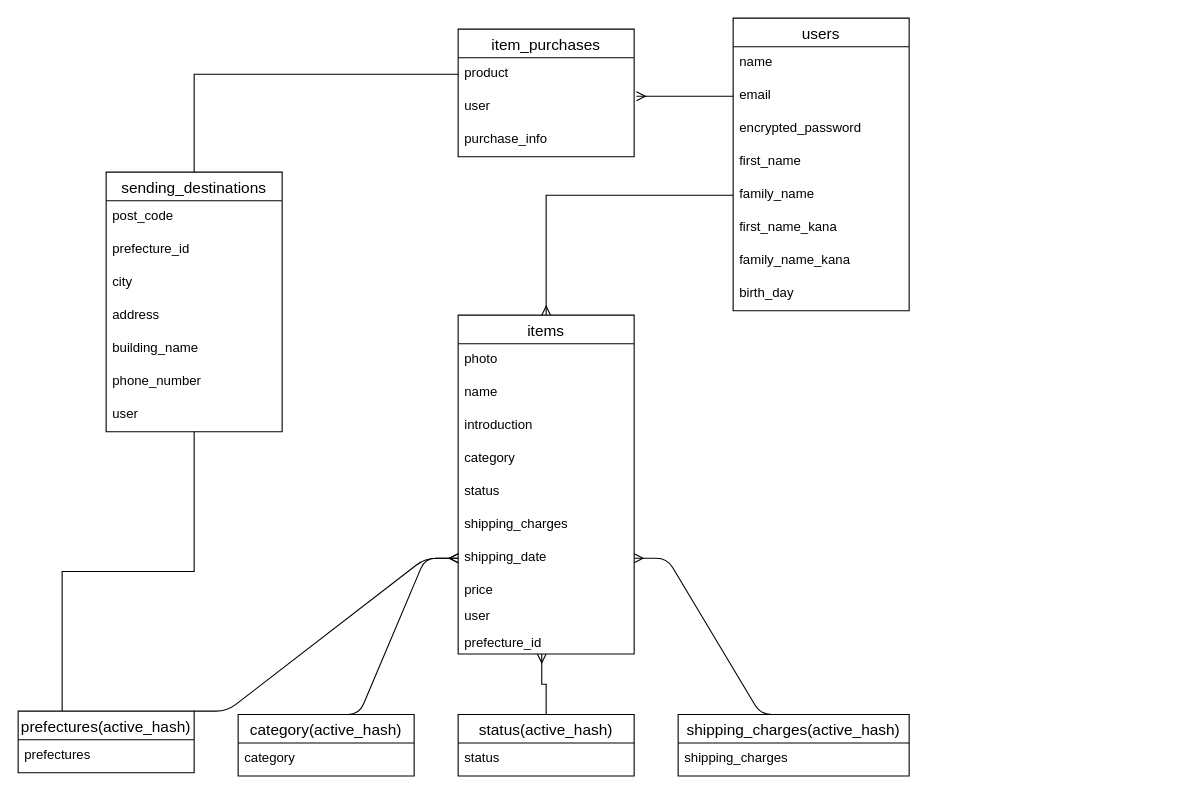
Earlier version of the draw.io diagram ER.dio (nitou0414/furima-29572). Source tidied: cells renumbered, new cells numbered last; positions are measured from the earlier drawing's top-left corner, leaving out a move shared by most shapes. Both pictures are drawn from the tidied source at 110%, with x=0, y=0 at pixel (18, 18).
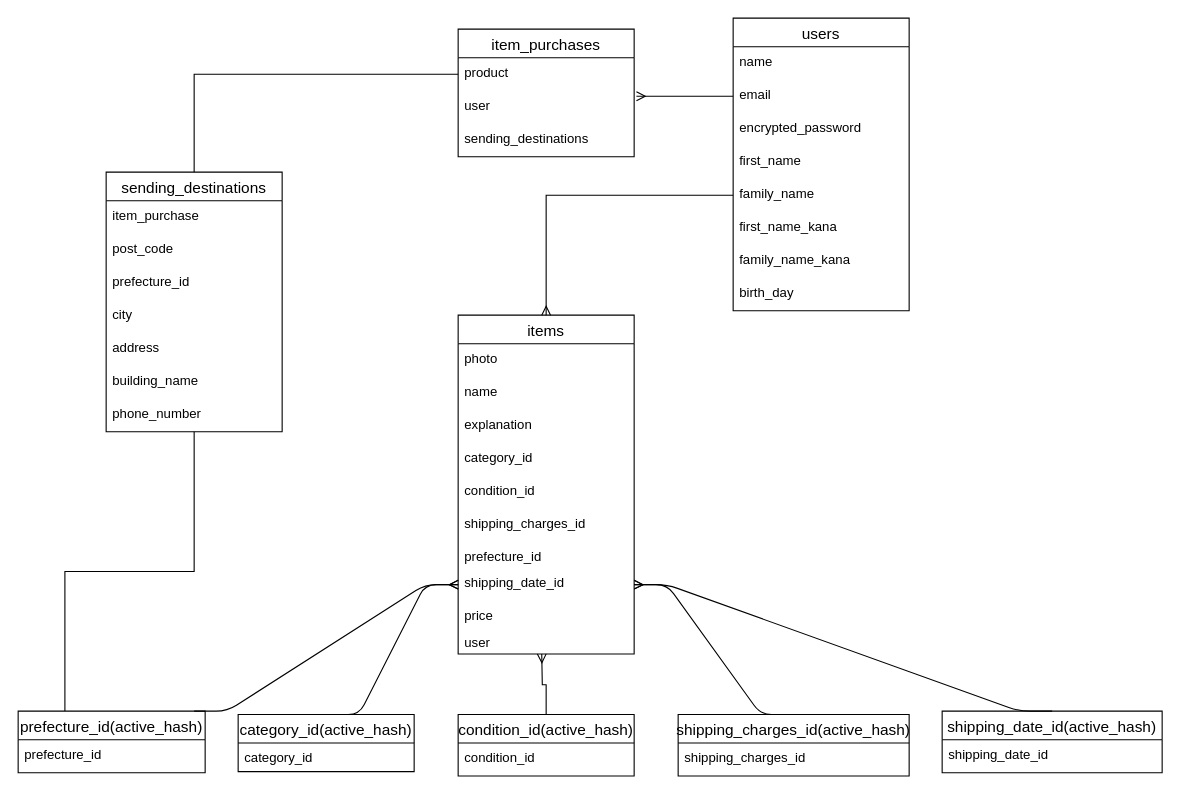
Above is the later version.

The change refers to these unchanged cells:
```xml
<mxCell id="11" value="items" style="swimlane;fontStyle=0;horizontal=1;startSize=26;align=center;fontSize=14;" parent="1" vertex="1">
  <mxGeometry x="400" y="270" width="160" height="308" as="geometry" />
</mxCell>
<mxCell id="23" value="sending_destinations" style="swimlane;fontStyle=0;horizontal=1;startSize=26;align=center;fontSize=14;" parent="1" vertex="1">
  <mxGeometry x="80" y="140" width="160" height="236" as="geometry" />
</mxCell>
<mxCell id="31" value="item_purchases" style="swimlane;fontStyle=0;horizontal=1;startSize=26;align=center;fontSize=14;" parent="1" vertex="1">
  <mxGeometry x="400" y="10" width="160" height="116" as="geometry" />
</mxCell>
```

Diff of the diagram source:
```diff
@@
-    <mxCell id="14" value="introduction" style="text;strokeColor=none;fillColor=none;spacingLeft=4;spacingRight=4;overflow=hidden;fontSize=12;" parent="11" vertex="1">
+    <mxCell id="14" value="explanation" style="text;strokeColor=none;fillColor=none;spacingLeft=4;spacingRight=4;overflow=hidden;fontSize=12;" parent="11" vertex="1">
       <mxGeometry y="86" width="160" height="30" as="geometry" />
     </mxCell>
-    <mxCell id="15" value="category" style="text;strokeColor=none;fillColor=none;spacingLeft=4;spacingRight=4;overflow=hidden;fontSize=12;" parent="11" vertex="1">
+    <mxCell id="15" value="category_id" style="text;strokeColor=none;fillColor=none;spacingLeft=4;spacingRight=4;overflow=hidden;fontSize=12;" parent="11" vertex="1">
       <mxGeometry y="116" width="160" height="30" as="geometry" />
     </mxCell>
-    <mxCell id="16" value="status" style="text;strokeColor=none;fillColor=none;spacingLeft=4;spacingRight=4;overflow=hidden;fontSize=12;" parent="11" vertex="1">
+    <mxCell id="16" value="condition_id" style="text;strokeColor=none;fillColor=none;spacingLeft=4;spacingRight=4;overflow=hidden;fontSize=12;" parent="11" vertex="1">
       <mxGeometry y="146" width="160" height="30" as="geometry" />
     </mxCell>
-    <mxCell id="17" value="shipping_charges" style="text;strokeColor=none;fillColor=none;spacingLeft=4;spacingRight=4;overflow=hidden;fontSize=12;" parent="11" vertex="1">
+    <mxCell id="17" value="shipping_charges_id" style="text;strokeColor=none;fillColor=none;spacingLeft=4;spacingRight=4;overflow=hidden;fontSize=12;" parent="11" vertex="1">
       <mxGeometry y="176" width="160" height="30" as="geometry" />
     </mxCell>
+    <mxCell id="20" value="prefecture_id" style="text;strokeColor=none;fillColor=none;spacingLeft=4;spacingRight=4;overflow=hidden;fontSize=12;" parent="11" vertex="1">
+      <mxGeometry y="206" width="160" height="24" as="geometry" />
+    </mxCell>
-    <mxCell id="18" value="shipping_date" style="text;strokeColor=none;fillColor=none;spacingLeft=4;spacingRight=4;overflow=hidden;points=[[0,0.5],[1,0.5]];portConstraint=eastwest;fontSize=12;" parent="11" vertex="1">
-      <mxGeometry y="206" width="160" height="30" as="geometry" />
+    <mxCell id="18" value="shipping_date_id" style="text;strokeColor=none;fillColor=none;spacingLeft=4;spacingRight=4;overflow=hidden;points=[[0,0.5],[1,0.5]];portConstraint=eastwest;fontSize=12;" parent="11" vertex="1">
+      <mxGeometry y="230" width="160" height="30" as="geometry" />
     </mxCell>
     <mxCell id="19" value="price" style="text;strokeColor=none;fillColor=none;spacingLeft=4;spacingRight=4;overflow=hidden;fontSize=12;" parent="11" vertex="1">
-      <mxGeometry y="236" width="160" height="24" as="geometry" />
+      <mxGeometry y="260" width="160" height="24" as="geometry" />
     </mxCell>
-    <mxCell id="20" value="user" style="text;strokeColor=none;fillColor=none;spacingLeft=4;spacingRight=4;overflow=hidden;fontSize=12;" parent="11" vertex="1">
-      <mxGeometry y="260" width="160" height="24" as="geometry" />
-    </mxCell>
-    <mxCell id="21" value="prefecture_id" style="text;strokeColor=none;fillColor=none;spacingLeft=4;spacingRight=4;overflow=hidden;points=[[0,0.5],[1,0.5]];portConstraint=eastwest;fontSize=12;" parent="11" vertex="1">
-      <mxGeometry y="284" width="160" height="24" as="geometry" />
-    </mxCell>
+    <mxCell id="50" value="user" style="text;strokeColor=none;fillColor=none;spacingLeft=4;spacingRight=4;overflow=hidden;fontSize=12;" parent="11" vertex="1">
+      <mxGeometry y="284" width="160" height="24" as="geometry" />
+    </mxCell>
@@
+    <mxCell id="30" value="item_purchase" style="text;strokeColor=none;fillColor=none;spacingLeft=4;spacingRight=4;overflow=hidden;fontSize=12;" parent="23" vertex="1">
+      <mxGeometry y="26" width="160" height="30" as="geometry" />
+    </mxCell>
     <mxCell id="24" value="post_code" style="text;strokeColor=none;fillColor=none;spacingLeft=4;spacingRight=4;overflow=hidden;fontSize=12;" parent="23" vertex="1">
-      <mxGeometry y="26" width="160" height="30" as="geometry" />
+      <mxGeometry y="56" width="160" height="30" as="geometry" />
     </mxCell>
     <mxCell id="25" value="prefecture_id" style="text;strokeColor=none;fillColor=none;spacingLeft=4;spacingRight=4;overflow=hidden;fontSize=12;" parent="23" vertex="1">
-      <mxGeometry y="56" width="160" height="30" as="geometry" />
+      <mxGeometry y="86" width="160" height="30" as="geometry" />
     </mxCell>
     <mxCell id="26" value="city" style="text;strokeColor=none;fillColor=none;spacingLeft=4;spacingRight=4;overflow=hidden;fontSize=12;" parent="23" vertex="1">
-      <mxGeometry y="86" width="160" height="30" as="geometry" />
+      <mxGeometry y="116" width="160" height="30" as="geometry" />
     </mxCell>
     <mxCell id="27" value="address" style="text;strokeColor=none;fillColor=none;spacingLeft=4;spacingRight=4;overflow=hidden;fontSize=12;" parent="23" vertex="1">
-      <mxGeometry y="116" width="160" height="30" as="geometry" />
+      <mxGeometry y="146" width="160" height="30" as="geometry" />
     </mxCell>
     <mxCell id="28" value="building_name" style="text;strokeColor=none;fillColor=none;spacingLeft=4;spacingRight=4;overflow=hidden;fontSize=12;" parent="23" vertex="1">
-      <mxGeometry y="146" width="160" height="30" as="geometry" />
+      <mxGeometry y="176" width="160" height="30" as="geometry" />
     </mxCell>
     <mxCell id="29" value="phone_number" style="text;strokeColor=none;fillColor=none;spacingLeft=4;spacingRight=4;overflow=hidden;fontSize=12;" parent="23" vertex="1">
-      <mxGeometry y="176" width="160" height="30" as="geometry" />
+      <mxGeometry y="206" width="160" height="30" as="geometry" />
     </mxCell>
-    <mxCell id="30" value="user" style="text;strokeColor=none;fillColor=none;spacingLeft=4;spacingRight=4;overflow=hidden;fontSize=12;" parent="23" vertex="1">
-      <mxGeometry y="206" width="160" height="30" as="geometry" />
-    </mxCell>
@@
-    <mxCell id="34" value="purchase_info" style="text;strokeColor=none;fillColor=none;spacingLeft=4;spacingRight=4;overflow=hidden;fontSize=12;" parent="31" vertex="1">
+    <mxCell id="34" value="sending_destinations" style="text;strokeColor=none;fillColor=none;spacingLeft=4;spacingRight=4;overflow=hidden;fontSize=12;" parent="31" vertex="1">
       <mxGeometry y="86" width="160" height="30" as="geometry" />
     </mxCell>
-    <mxCell id="35" value="prefectures(active_hash)" style="swimlane;fontStyle=0;horizontal=1;startSize=26;align=center;fontSize=14;" parent="1" vertex="1">
-      <mxGeometry y="630" width="160" height="56" as="geometry" />
+    <mxCell id="35" value="prefecture_id(active_hash)" style="swimlane;fontStyle=0;horizontal=1;startSize=26;align=center;fontSize=14;" parent="1" vertex="1">
+      <mxGeometry y="630" width="170" height="56" as="geometry" />
     </mxCell>
-    <mxCell id="36" value="prefectures" style="text;strokeColor=none;fillColor=none;spacingLeft=4;spacingRight=4;overflow=hidden;fontSize=12;" parent="35" vertex="1">
-      <mxGeometry y="26" width="160" height="30" as="geometry" />
+    <mxCell id="36" value="prefecture_id" style="text;strokeColor=none;fillColor=none;spacingLeft=4;spacingRight=4;overflow=hidden;fontSize=12;" parent="35" vertex="1">
+      <mxGeometry y="26" width="170" height="30" as="geometry" />
     </mxCell>
-    <mxCell id="37" value="category(active_hash)" style="swimlane;fontStyle=0;horizontal=1;startSize=26;align=center;fontSize=14;" parent="1" vertex="1">
-      <mxGeometry x="200" y="633" width="160" height="56" as="geometry" />
+    <mxCell id="37" value="category_id(active_hash)" style="swimlane;fontStyle=0;horizontal=1;startSize=26;align=center;fontSize=14;" parent="1" vertex="1">
+      <mxGeometry x="200" y="633" width="160" height="52" as="geometry" />
     </mxCell>
-    <mxCell id="38" value="category" style="text;strokeColor=none;fillColor=none;spacingLeft=4;spacingRight=4;overflow=hidden;fontSize=12;" parent="37" vertex="1">
-      <mxGeometry y="26" width="160" height="30" as="geometry" />
+    <mxCell id="38" value="category_id" style="text;strokeColor=none;fillColor=none;spacingLeft=4;spacingRight=4;overflow=hidden;fontSize=12;" parent="37" vertex="1">
+      <mxGeometry y="26" width="160" height="26" as="geometry" />
     </mxCell>
-    <mxCell id="39" style="edgeStyle=orthogonalEdgeStyle;rounded=0;jettySize=auto;html=1;startArrow=none;startFill=0;endArrow=ERmany;endFill=0;entryX=0.475;entryY=1;entryDx=0;entryDy=0;entryPerimeter=0;" parent="1" edge="1" source="40" target="21">
-      <mxGeometry relative="1" as="geometry" />
+    <mxCell id="39" style="edgeStyle=orthogonalEdgeStyle;rounded=0;jettySize=auto;html=1;startArrow=none;startFill=0;endArrow=ERmany;endFill=0;entryX=0.475;entryY=1;entryDx=0;entryDy=0;entryPerimeter=0;" parent="1" edge="1" source="40">
+      <mxGeometry relative="1" as="geometry">
+        <mxPoint x="476" y="578" as="targetPoint" />
+      </mxGeometry>
     </mxCell>
-    <mxCell id="40" value="status(active_hash)" style="swimlane;fontStyle=0;horizontal=1;startSize=26;align=center;fontSize=14;" parent="1" vertex="1">
+    <mxCell id="40" value="condition_id(active_hash)" style="swimlane;fontStyle=0;horizontal=1;startSize=26;align=center;fontSize=14;" parent="1" vertex="1">
       <mxGeometry x="400" y="633" width="160" height="56" as="geometry" />
     </mxCell>
-    <mxCell id="41" value="status" style="text;strokeColor=none;fillColor=none;spacingLeft=4;spacingRight=4;overflow=hidden;fontSize=12;" parent="40" vertex="1">
+    <mxCell id="41" value="condition_id" style="text;strokeColor=none;fillColor=none;spacingLeft=4;spacingRight=4;overflow=hidden;fontSize=12;" parent="40" vertex="1">
       <mxGeometry y="26" width="160" height="30" as="geometry" />
     </mxCell>
-    <mxCell id="42" value="shipping_charges(active_hash)" style="swimlane;fontStyle=0;horizontal=1;startSize=26;align=center;fontSize=14;" parent="1" vertex="1">
+    <mxCell id="42" value="shipping_charges_id(active_hash)" style="swimlane;fontStyle=0;horizontal=1;startSize=26;align=center;fontSize=14;" parent="1" vertex="1">
       <mxGeometry x="600" y="633" width="210" height="56" as="geometry" />
     </mxCell>
-    <mxCell id="43" value="shipping_charges" style="text;strokeColor=none;fillColor=none;spacingLeft=4;spacingRight=4;overflow=hidden;fontSize=12;" parent="42" vertex="1">
+    <mxCell id="43" value="shipping_charges_id" style="text;strokeColor=none;fillColor=none;spacingLeft=4;spacingRight=4;overflow=hidden;fontSize=12;" parent="42" vertex="1">
       <mxGeometry y="26" width="210" height="30" as="geometry" />
     </mxCell>
@@
+    <mxCell id="51" value="shipping_date_id(active_hash)" style="swimlane;fontStyle=0;horizontal=1;startSize=26;align=center;fontSize=14;" parent="1" vertex="1">
+      <mxGeometry x="840" y="630" width="200" height="56" as="geometry" />
+    </mxCell>
+    <mxCell id="52" value="shipping_date_id" style="text;strokeColor=none;fillColor=none;spacingLeft=4;spacingRight=4;overflow=hidden;fontSize=12;" parent="51" vertex="1">
+      <mxGeometry y="26" width="200" height="30" as="geometry" />
+    </mxCell>
+    <mxCell id="53" style="edgeStyle=entityRelationEdgeStyle;fontSize=12;html=1;endArrow=ERmany;exitX=0.5;exitY=0;exitDx=0;exitDy=0;entryX=1;entryY=0.5;entryDx=0;entryDy=0;" parent="1" edge="1" source="51" target="18">
+      <mxGeometry relative="1" as="geometry" />
+    </mxCell>
```
